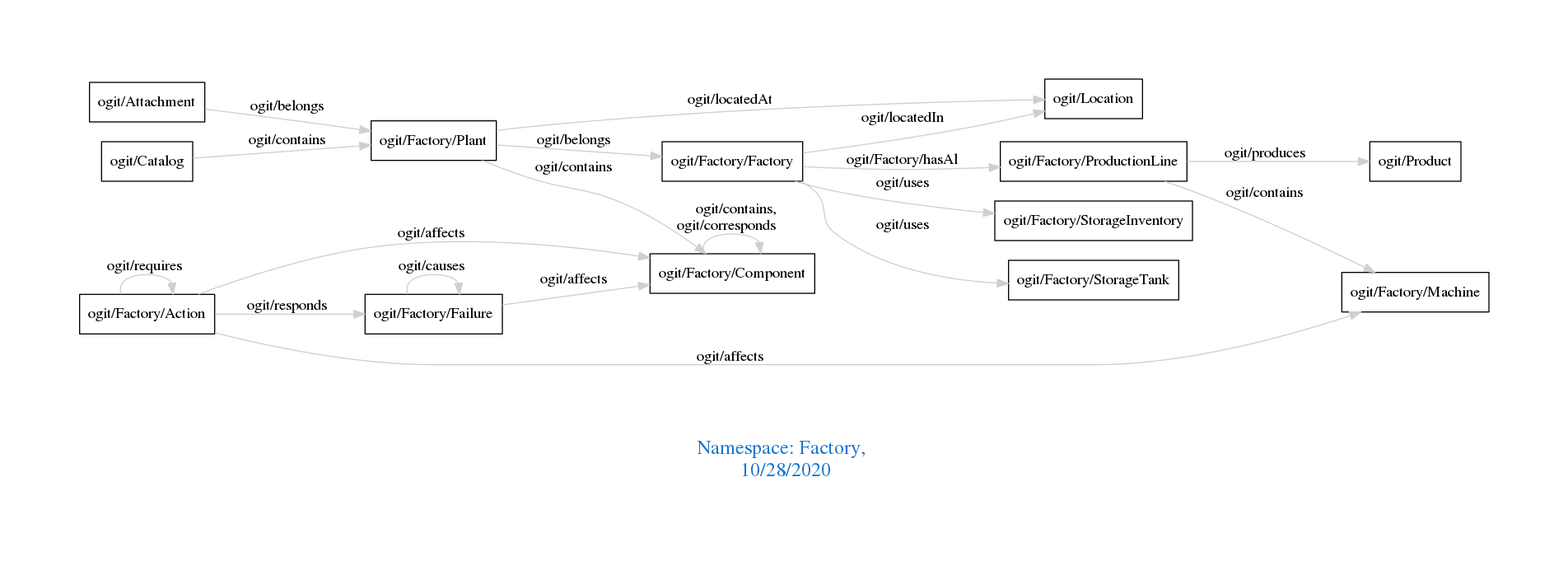
Earlier version of the Graphviz export downloads/Factory.png (arago/OGIT). Its source is kept beside it as downloads/Factory.dot.
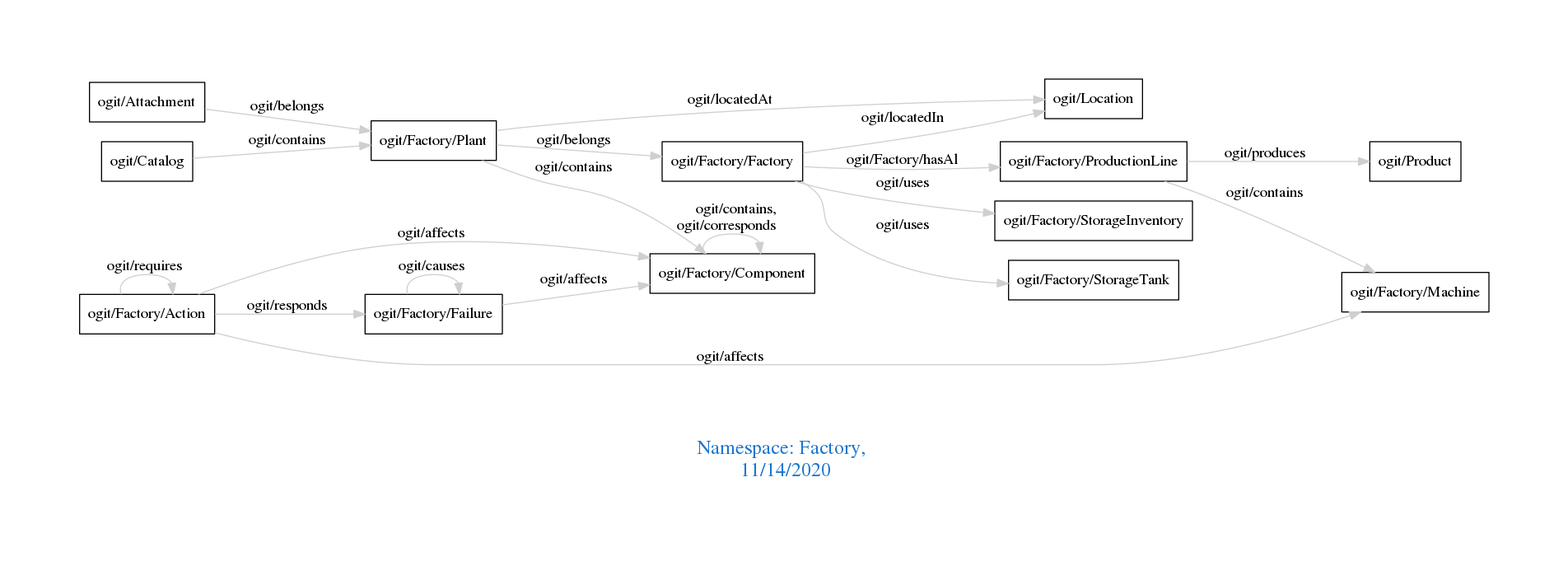
The same diagram one commit later.

Change to the diagram source:
```diff
@@ -1,7 +1,7 @@
 digraph OGIT_ontology {
  graph [ rankdir= LR,pad=1
 fontsize = 18,
-fontcolor= dodgerblue3,label = "\n\n\nNamespace: Factory, \n 10/28/2020"];
+fontcolor= dodgerblue3,label = "\n\n\nNamespace: Factory, \n 11/14/2020"];
 node[shape=polygon];
 edge [  color="gray81"];
 
```
